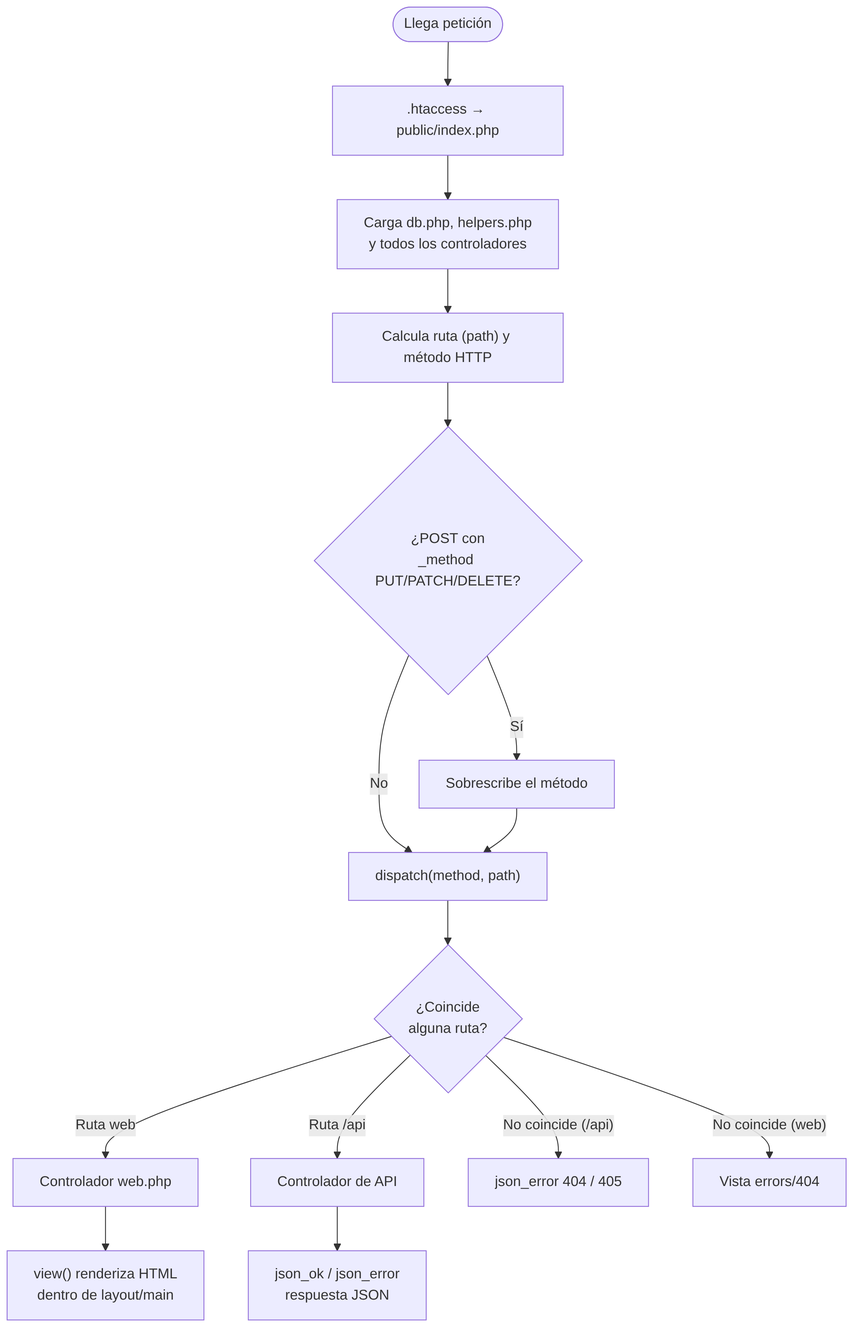
Above: docs/diagramas/2-ciclo-peticion.png in david69-js/tarea-seguridad-auditoria (Mermaid), before the change. Its source is kept beside it as docs/diagramas/2-ciclo-peticion.mmd.
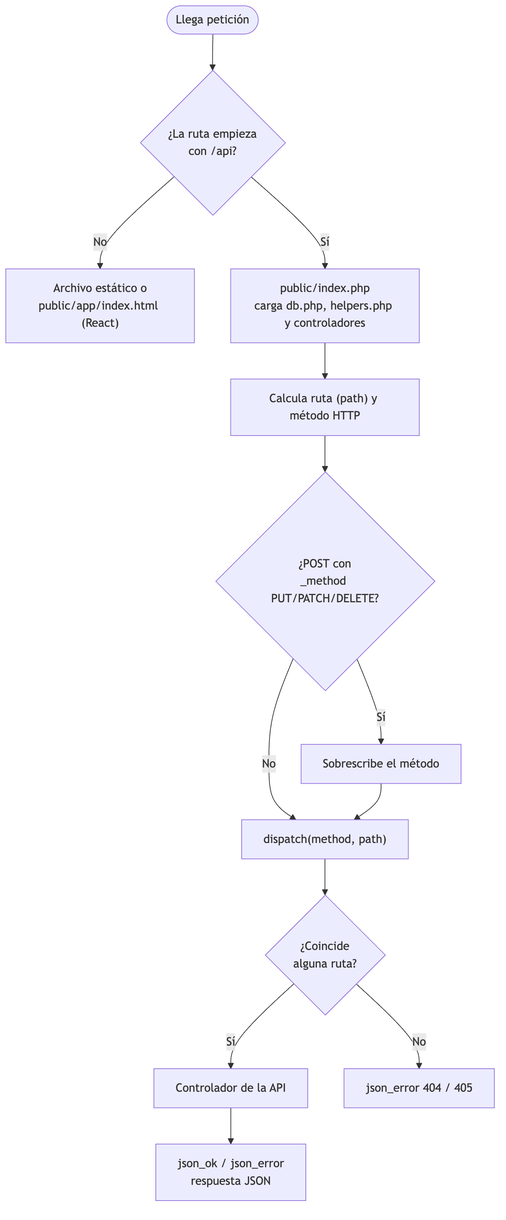
The same diagram one commit later.

Diff of the diagram source:
```diff
@@ -1,17 +1,13 @@
 flowchart TD
-    A([Llega petición]) --> B[".htaccess → public/index.php"]
-    B --> C["Carga db.php, helpers.php<br/>y todos los controladores"]
+    A([Llega petición]) --> B{"¿La ruta empieza<br/>con /api?"}
+    B -->|No| S["Archivo estático o<br/>public/app/index.html (React)"]
+    B -->|Sí| C["public/index.php<br/>carga db.php, helpers.php y controladores"]
     C --> D["Calcula ruta (path) y método HTTP"]
     D --> E{"¿POST con<br/>_method PUT/PATCH/DELETE?"}
     E -->|Sí| F["Sobrescribe el método"]
     E -->|No| G
     F --> G["dispatch(method, path)"]
     G --> H{"¿Coincide<br/>alguna ruta?"}
-
-    H -->|"Ruta web"| I["Controlador web.php"]
-    H -->|"Ruta /api"| J["Controlador de API"]
-    H -->|"No coincide (/api)"| K["json_error 404 / 405"]
-    H -->|"No coincide (web)"| L["Vista errors/404"]
-
-    I --> M["view() renderiza HTML<br/>dentro de layout/main"]
+    H -->|Sí| J["Controlador de la API"]
+    H -->|No| K["json_error 404 / 405"]
     J --> N["json_ok / json_error<br/>respuesta JSON"]
```
